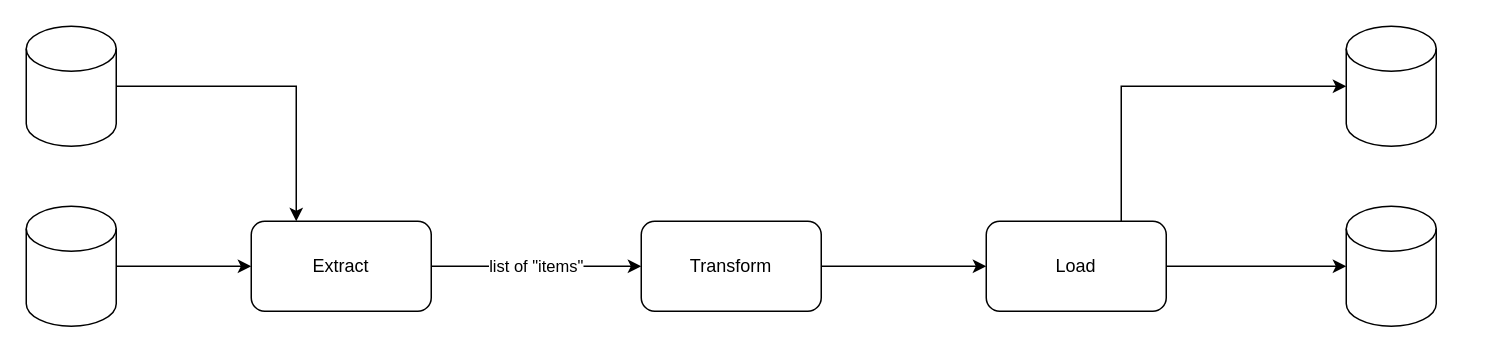
Above: page "etl concepts" (2 of 3) of roadmap.drawio in thomasbroussard/2021s1-data-structuration (draw.io), before the change. Source tidied: cells renumbered, new cells numbered last; positions are measured from the earlier drawing's top-left corner, leaving out a move shared by most shapes. Both pictures are drawn from the tidied source at 150%, with x=0, y=0 at pixel (26, 26).
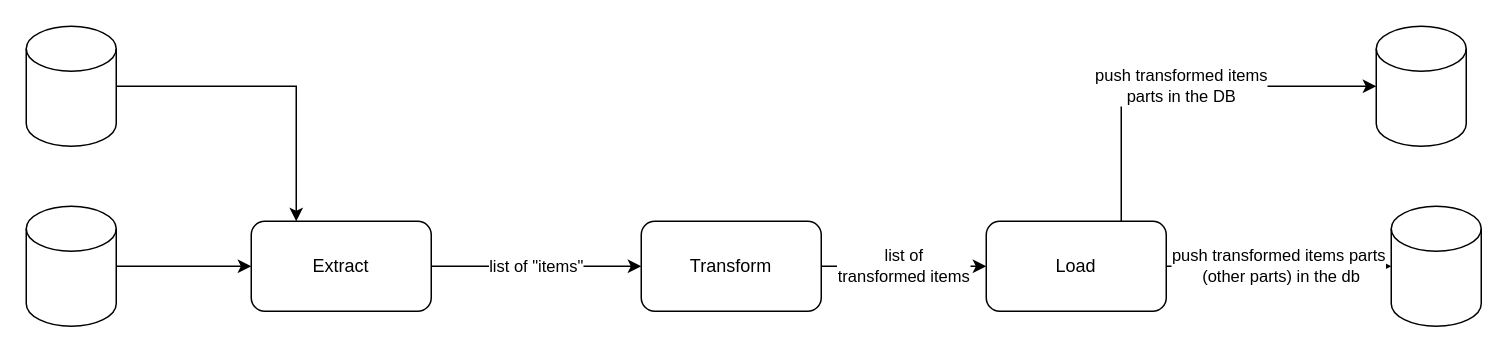
After the change.

Diff of the diagram source:
```diff
@@
 <mxGraphModel>
   <root>
     <mxCell id="0" />
     <mxCell id="1" parent="0" />
     <mxCell id="2" value="list of &quot;items&quot;" style="edgeStyle=orthogonalEdgeStyle;rounded=0;jettySize=auto;html=1;exitX=1;exitY=0.5;exitDx=0;exitDy=0;" parent="1" edge="1" source="3" target="7">
       <mxGeometry relative="1" as="geometry" />
     </mxCell>
     <mxCell id="3" value="Extract" style="rounded=1;whiteSpace=wrap;html=1;" parent="1" vertex="1">
       <mxGeometry x="150" y="130" width="120" height="60" as="geometry" />
     </mxCell>
     <mxCell id="4" style="edgeStyle=orthogonalEdgeStyle;rounded=0;jettySize=auto;html=1;exitX=1;exitY=0.5;exitDx=0;exitDy=0;exitPerimeter=0;" parent="1" edge="1" source="5" target="3">
       <mxGeometry relative="1" as="geometry" />
     </mxCell>
     <mxCell id="5" style="shape=cylinder3;whiteSpace=wrap;html=1;boundedLbl=1;backgroundOutline=1;size=15;" parent="1" vertex="1">
       <mxGeometry y="120" width="60" height="80" as="geometry" />
     </mxCell>
-    <mxCell id="6" style="edgeStyle=orthogonalEdgeStyle;rounded=0;jettySize=auto;html=1;exitX=1;exitY=0.5;exitDx=0;exitDy=0;entryX=0;entryY=0.5;entryDx=0;entryDy=0;" parent="1" edge="1" source="7" target="10">
+    <mxCell id="6" value="list of &lt;br&gt;transformed items" style="edgeStyle=orthogonalEdgeStyle;rounded=0;jettySize=auto;html=1;exitX=1;exitY=0.5;exitDx=0;exitDy=0;entryX=0;entryY=0.5;entryDx=0;entryDy=0;" parent="1" edge="1" source="7" target="10">
       <mxGeometry relative="1" as="geometry" />
     </mxCell>
     <mxCell id="7" value="Transform" style="rounded=1;whiteSpace=wrap;html=1;" parent="1" vertex="1">
       <mxGeometry x="410" y="130" width="120" height="60" as="geometry" />
     </mxCell>
-    <mxCell id="8" style="edgeStyle=orthogonalEdgeStyle;rounded=0;jettySize=auto;html=1;exitX=1;exitY=0.5;exitDx=0;exitDy=0;" parent="1" edge="1" source="10" target="11">
+    <mxCell id="8" value="push transformed items parts&lt;br&gt;&amp;nbsp;(other parts) in the db" style="edgeStyle=orthogonalEdgeStyle;rounded=0;jettySize=auto;html=1;exitX=1;exitY=0.5;exitDx=0;exitDy=0;" parent="1" edge="1" source="10" target="11">
       <mxGeometry relative="1" as="geometry" />
     </mxCell>
-    <mxCell id="9" style="edgeStyle=orthogonalEdgeStyle;rounded=0;jettySize=auto;html=1;exitX=0.75;exitY=0;exitDx=0;exitDy=0;entryX=0;entryY=0.5;entryDx=0;entryDy=0;entryPerimeter=0;" parent="1" edge="1" source="10" target="14">
+    <mxCell id="9" value="push transformed items &lt;br&gt;parts in the DB" style="edgeStyle=orthogonalEdgeStyle;rounded=0;jettySize=auto;html=1;exitX=0.75;exitY=0;exitDx=0;exitDy=0;entryX=0;entryY=0.5;entryDx=0;entryDy=0;entryPerimeter=0;" parent="1" edge="1" source="10" target="14">
       <mxGeometry relative="1" as="geometry" />
     </mxCell>
     <mxCell id="10" value="Load" style="rounded=1;whiteSpace=wrap;html=1;" parent="1" vertex="1">
       <mxGeometry x="640" y="130" width="120" height="60" as="geometry" />
     </mxCell>
     <mxCell id="11" style="shape=cylinder3;whiteSpace=wrap;html=1;boundedLbl=1;backgroundOutline=1;size=15;" parent="1" vertex="1">
-      <mxGeometry x="880" y="120" width="60" height="80" as="geometry" />
+      <mxGeometry x="910" y="120" width="60" height="80" as="geometry" />
     </mxCell>
     <mxCell id="12" style="edgeStyle=orthogonalEdgeStyle;rounded=0;jettySize=auto;html=1;entryX=0.25;entryY=0;entryDx=0;entryDy=0;" parent="1" edge="1" source="13" target="3">
       <mxGeometry relative="1" as="geometry" />
     </mxCell>
     <mxCell id="13" style="shape=cylinder3;whiteSpace=wrap;html=1;boundedLbl=1;backgroundOutline=1;size=15;" parent="1" vertex="1">
       <mxGeometry width="60" height="80" as="geometry" />
     </mxCell>
     <mxCell id="14" style="shape=cylinder3;whiteSpace=wrap;html=1;boundedLbl=1;backgroundOutline=1;size=15;" parent="1" vertex="1">
-      <mxGeometry x="880" width="60" height="80" as="geometry" />
+      <mxGeometry x="900" width="60" height="80" as="geometry" />
     </mxCell>
   </root>
 </mxGraphModel>
```
